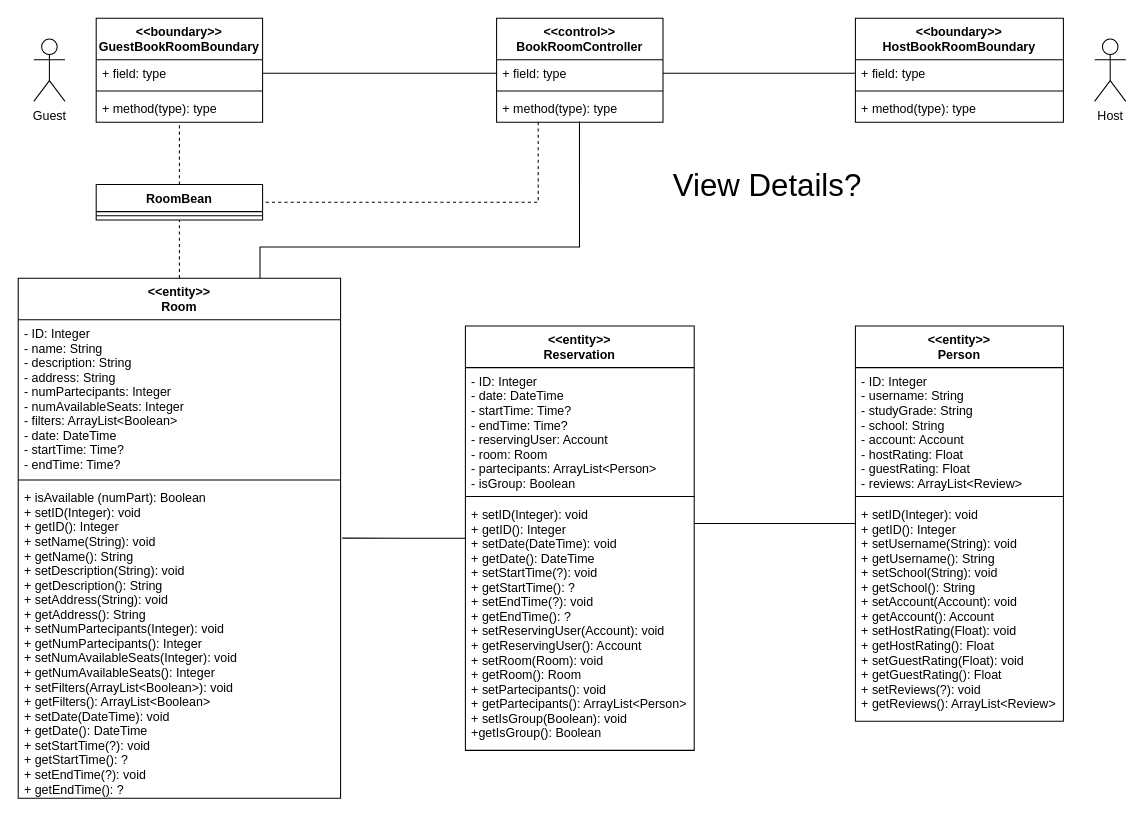
Before: Docs/VoPC/VoPC BookRoom.drawio in nic-agos/DoveStudi, a draw.io diagram. Source tidied: cells renumbered, new cells numbered last; positions are measured from the earlier drawing's top-left corner, leaving out a move shared by most shapes. Both pictures are drawn from the tidied source at 104%, with x=0, y=0 at pixel (18, 18).
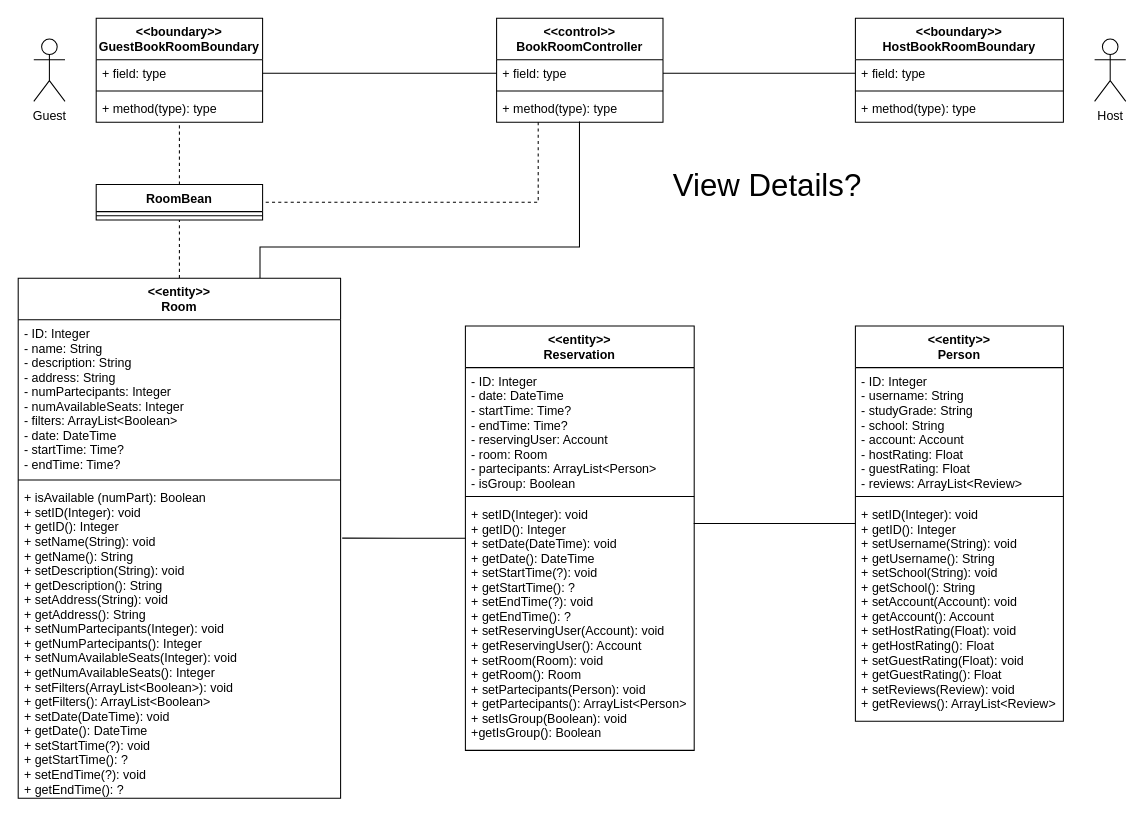
Above is the later version.

The change refers to these unchanged cells:
```xml
<mxCell id="30" value="&lt;&lt;entity&gt;&gt;&#10;Reservation" style="swimlane;fontStyle=1;align=center;verticalAlign=top;horizontal=1;startSize=40;" parent="1" vertex="1">
  <mxGeometry x="430" y="296" width="220" height="408" as="geometry" />
</mxCell>
<mxCell id="35" value="&lt;&lt;entity&gt;&gt;&#10;Person" style="swimlane;fontStyle=1;align=center;verticalAlign=top;horizontal=1;startSize=40;" parent="1" vertex="1">
  <mxGeometry x="805" y="296" width="200" height="380" as="geometry" />
</mxCell>
```

Change to the diagram source:
```diff
@@
-    <mxCell id="33" value="+ setID(Integer): void &#10;+ getID(): Integer&#10;+ setDate(DateTime): void&#10;+ getDate(): DateTime&#10;+ setStartTime(?): void&#10;+ getStartTime(): ?&#10;+ setEndTime(?): void&#10;+ getEndTime(): ?&#10;+ setReservingUser(Account): void&#10;+ getReservingUser(): Account&#10;+ setRoom(Room): void&#10;+ getRoom(): Room&#10;+ setPartecipants(): void&#10;+ getPartecipants(): ArrayList&lt;Person&gt;&#10;+ setIsGroup(Boolean): void&#10;+getIsGroup(): Boolean" style="text;strokeColor=none;fillColor=none;align=left;verticalAlign=top;spacingLeft=4;spacingRight=4;overflow=hidden;points=[[0,0.5],[1,0.5]];portConstraint=eastwest;" parent="30" vertex="1">
+    <mxCell id="33" value="+ setID(Integer): void &#10;+ getID(): Integer&#10;+ setDate(DateTime): void&#10;+ getDate(): DateTime&#10;+ setStartTime(?): void&#10;+ getStartTime(): ?&#10;+ setEndTime(?): void&#10;+ getEndTime(): ?&#10;+ setReservingUser(Account): void&#10;+ getReservingUser(): Account&#10;+ setRoom(Room): void&#10;+ getRoom(): Room&#10;+ setPartecipants(Person): void&#10;+ getPartecipants(): ArrayList&lt;Person&gt;&#10;+ setIsGroup(Boolean): void&#10;+getIsGroup(): Boolean" style="text;strokeColor=none;fillColor=none;align=left;verticalAlign=top;spacingLeft=4;spacingRight=4;overflow=hidden;points=[[0,0.5],[1,0.5]];portConstraint=eastwest;" parent="30" vertex="1">
       <mxGeometry y="168" width="220" height="240" as="geometry" />
     </mxCell>
@@
-    <mxCell id="38" value="+ setID(Integer): void&#10;+ getID(): Integer&#10;+ setUsername(String): void&#10;+ getUsername(): String&#10;+ setSchool(String): void&#10;+ getSchool(): String&#10;+ setAccount(Account): void&#10;+ getAccount(): Account&#10;+ setHostRating(Float): void&#10;+ getHostRating(): Float&#10;+ setGuestRating(Float): void&#10;+ getGuestRating(): Float&#10;+ setReviews(?): void&#10;+ getReviews(): ArrayList&lt;Review&gt;" style="text;strokeColor=none;fillColor=none;align=left;verticalAlign=top;spacingLeft=4;spacingRight=4;overflow=hidden;" parent="35" vertex="1">
+    <mxCell id="38" value="+ setID(Integer): void&#10;+ getID(): Integer&#10;+ setUsername(String): void&#10;+ getUsername(): String&#10;+ setSchool(String): void&#10;+ getSchool(): String&#10;+ setAccount(Account): void&#10;+ getAccount(): Account&#10;+ setHostRating(Float): void&#10;+ getHostRating(): Float&#10;+ setGuestRating(Float): void&#10;+ getGuestRating(): Float&#10;+ setReviews(Review): void&#10;+ getReviews(): ArrayList&lt;Review&gt;" style="text;strokeColor=none;fillColor=none;align=left;verticalAlign=top;spacingLeft=4;spacingRight=4;overflow=hidden;" parent="35" vertex="1">
       <mxGeometry y="168" width="200" height="212" as="geometry" />
     </mxCell>
```
